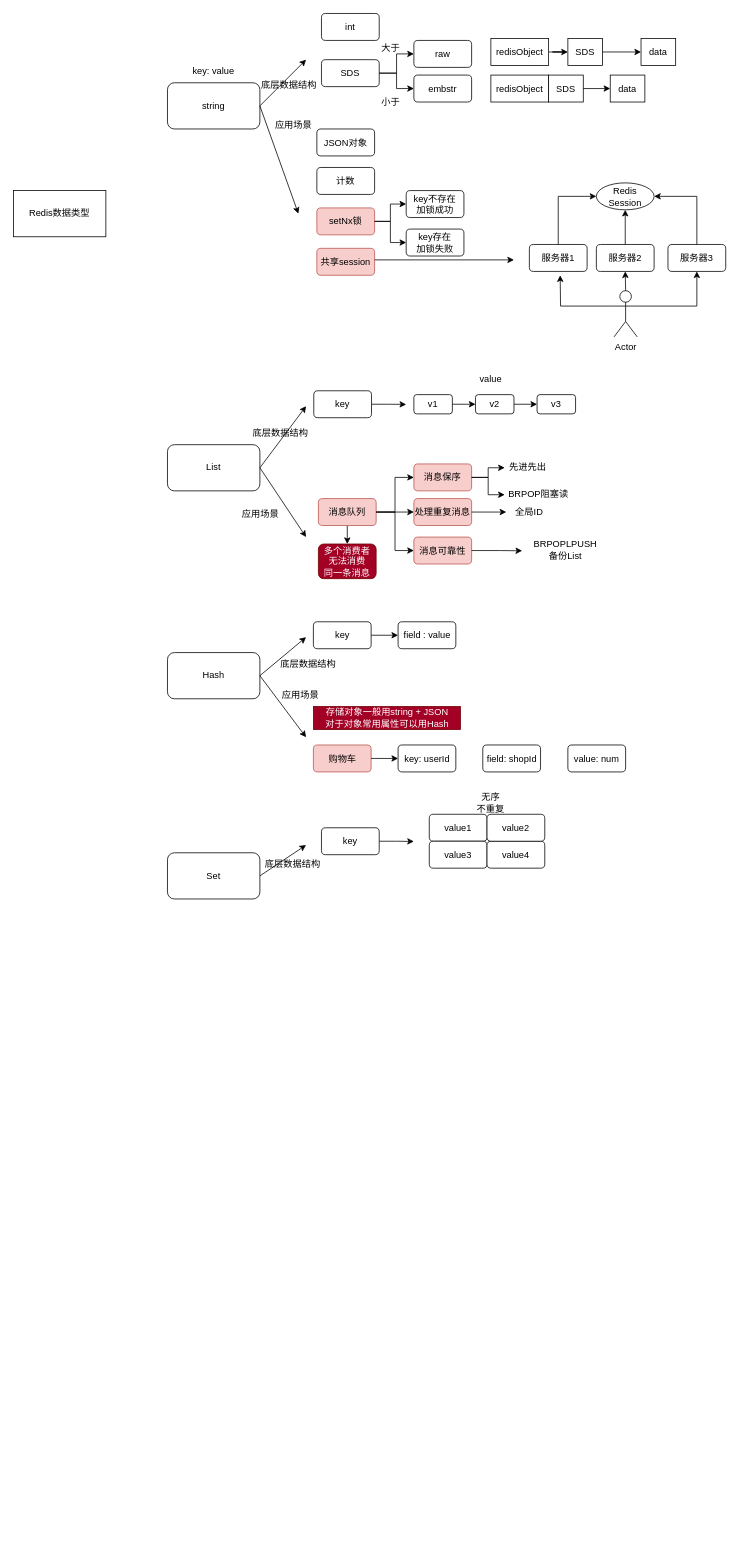
This is Redis数据类型.drawio from 1155200424/diagrams, a draw.io file, before an edit. Source tidied: cells renumbered, new cells numbered last; positions are measured from the earlier drawing's top-left corner, leaving out a move shared by most shapes. Both pictures are drawn from the tidied source at 77%, with x=0, y=0 at pixel (13, 13).
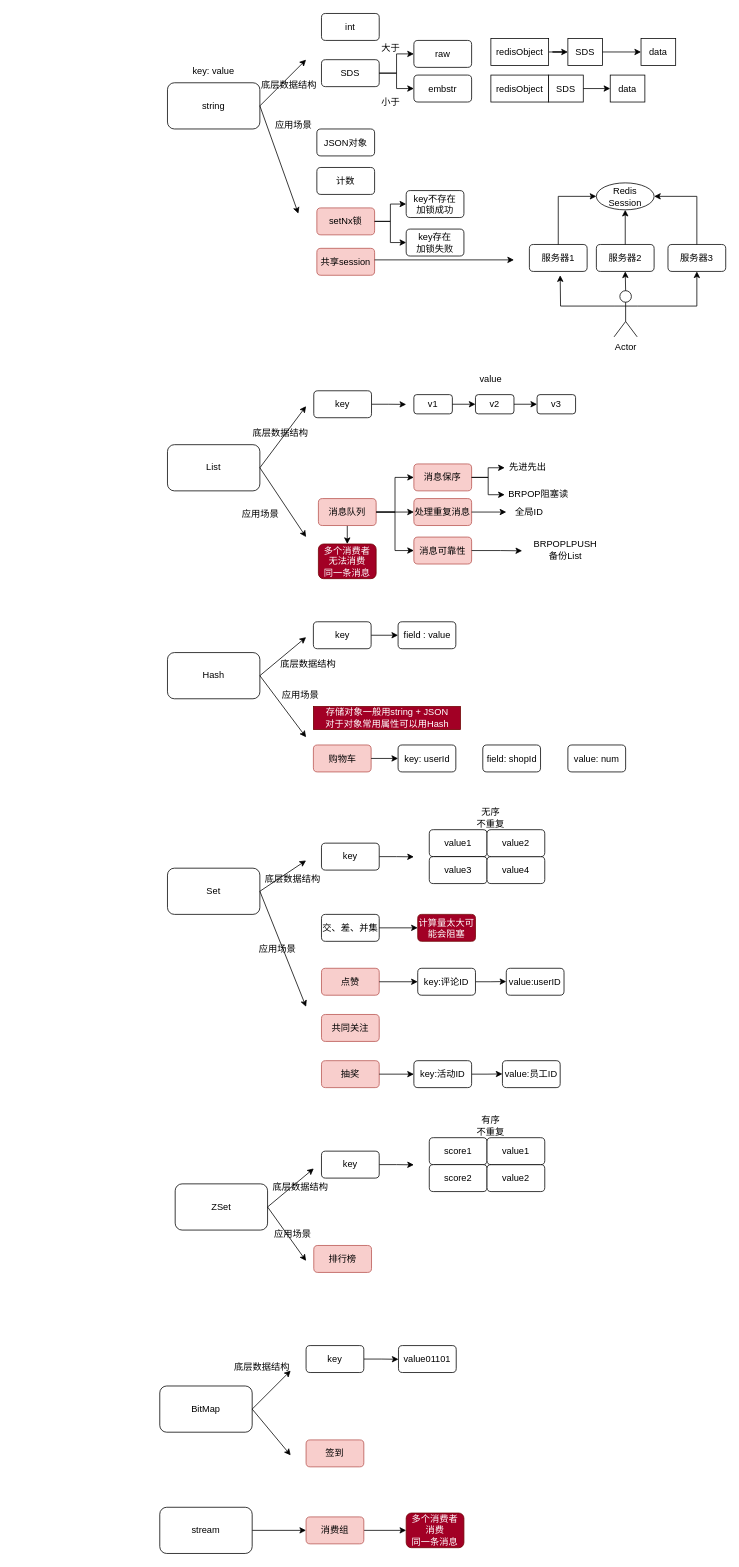
The same diagram, later.

Commit message (it also covers changes not shown here):
更新Redis数据类型.drawio

The edit, as a diff of the source:
```diff
@@
-    <mxCell id="2" value="Redis数据类型" style="rounded=0;whiteSpace=wrap;html=1;" parent="1" vertex="1">
-      <mxGeometry y="230" width="120" height="60" as="geometry" />
-    </mxCell>
@@
+    <mxCell id="115" style="group;" parent="1" vertex="1">
+      <mxGeometry x="200" y="1030" width="515" height="365" as="geometry" />
+    </mxCell>
-    <mxCell id="104" value="Set" style="rounded=1;whiteSpace=wrap;html=1;" parent="1" vertex="1">
-      <mxGeometry x="200" y="1090" width="120" height="60" as="geometry" />
+    <mxCell id="104" value="Set" style="rounded=1;whiteSpace=wrap;html=1;" parent="115" vertex="1">
+      <mxGeometry y="80" width="120" height="60" as="geometry" />
     </mxCell>
-    <mxCell id="105" style="endArrow=classic;html=1;rounded=0;" parent="1" edge="1">
+    <mxCell id="105" style="endArrow=classic;html=1;rounded=0;" parent="115" edge="1">
       <mxGeometry relative="1" as="geometry">
-        <mxPoint x="320" y="1120" as="sourcePoint" />
-        <mxPoint x="380" y="1080" as="targetPoint" />
+        <mxPoint x="120" y="110" as="sourcePoint" />
+        <mxPoint x="180" y="70" as="targetPoint" />
       </mxGeometry>
     </mxCell>
-    <mxCell id="106" style="group;" parent="1" vertex="1">
-      <mxGeometry x="400" y="1010" width="290" height="100" as="geometry" />
+    <mxCell id="106" style="group;" parent="115" vertex="1">
+      <mxGeometry x="200" width="290" height="100" as="geometry" />
     </mxCell>
@@
-    <mxCell id="114" value="底层数据结构" style="text;html=1;align=center;verticalAlign=middle;whiteSpace=wrap;rounded=0;" parent="1" vertex="1">
-      <mxGeometry x="320" y="1090" width="86" height="30" as="geometry" />
+    <mxCell id="114" value="底层数据结构" style="text;html=1;align=center;verticalAlign=middle;whiteSpace=wrap;rounded=0;" parent="115" vertex="1">
+      <mxGeometry x="120" y="80" width="86" height="30" as="geometry" />
     </mxCell>
+    <mxCell id="116" style="endArrow=classic;html=1;rounded=0;" parent="115" edge="1">
+      <mxGeometry relative="1" as="geometry">
+        <mxPoint x="120" y="110" as="sourcePoint" />
+        <mxPoint x="180" y="260" as="targetPoint" />
+      </mxGeometry>
+    </mxCell>
+    <mxCell id="117" value="应用场景" style="text;html=1;align=center;verticalAlign=middle;whiteSpace=wrap;rounded=0;" parent="115" vertex="1">
+      <mxGeometry x="100" y="170" width="86" height="30" as="geometry" />
+    </mxCell>
+    <mxCell id="118" value="交、差、并集" style="rounded=1;whiteSpace=wrap;html=1;" parent="115" vertex="1">
+      <mxGeometry x="200" y="140" width="75" height="35" as="geometry" />
+    </mxCell>
+    <mxCell id="119" value="计算量太大可能会阻塞" style="rounded=1;whiteSpace=wrap;html=1;fillColor=#a20025;fontColor=#ffffff;strokeColor=#6F0000;" parent="115" vertex="1">
+      <mxGeometry x="325" y="140" width="75" height="35" as="geometry" />
+    </mxCell>
+    <mxCell id="120" style="edgeStyle=orthogonalEdgeStyle;rounded=0;jettySize=auto;html=1;exitX=1;exitY=0.5;exitDx=0;exitDy=0;entryX=0;entryY=0.5;entryDx=0;entryDy=0;" parent="115" edge="1" source="118" target="119">
+      <mxGeometry relative="1" as="geometry" />
+    </mxCell>
+    <mxCell id="121" value="点赞" style="rounded=1;whiteSpace=wrap;html=1;fillColor=#f8cecc;strokeColor=#b85450;" parent="115" vertex="1">
+      <mxGeometry x="200" y="210" width="75" height="35" as="geometry" />
+    </mxCell>
+    <mxCell id="122" style="edgeStyle=orthogonalEdgeStyle;rounded=0;jettySize=auto;html=1;exitX=1;exitY=0.5;exitDx=0;exitDy=0;" parent="115" edge="1" source="123">
+      <mxGeometry relative="1" as="geometry">
+        <mxPoint x="440" y="227.2" as="targetPoint" />
+      </mxGeometry>
+    </mxCell>
+    <mxCell id="123" value="key:评论ID" style="rounded=1;whiteSpace=wrap;html=1;" parent="115" vertex="1">
+      <mxGeometry x="325" y="210" width="75" height="35" as="geometry" />
+    </mxCell>
+    <mxCell id="124" style="edgeStyle=orthogonalEdgeStyle;rounded=0;jettySize=auto;html=1;exitX=1;exitY=0.5;exitDx=0;exitDy=0;entryX=0;entryY=0.5;entryDx=0;entryDy=0;" parent="115" edge="1" source="121" target="123">
+      <mxGeometry relative="1" as="geometry" />
+    </mxCell>
+    <mxCell id="125" value="value:userID" style="rounded=1;whiteSpace=wrap;html=1;" parent="115" vertex="1">
+      <mxGeometry x="440" y="210" width="75" height="35" as="geometry" />
+    </mxCell>
+    <mxCell id="126" value="共同关注" style="rounded=1;whiteSpace=wrap;html=1;fillColor=#f8cecc;strokeColor=#b85450;" parent="115" vertex="1">
+      <mxGeometry x="200" y="270" width="75" height="35" as="geometry" />
+    </mxCell>
+    <mxCell id="127" value="抽奖" style="rounded=1;whiteSpace=wrap;html=1;fillColor=#f8cecc;strokeColor=#b85450;" parent="115" vertex="1">
+      <mxGeometry x="200" y="330" width="75" height="35" as="geometry" />
+    </mxCell>
+    <mxCell id="128" style="edgeStyle=orthogonalEdgeStyle;rounded=0;jettySize=auto;html=1;exitX=1;exitY=0.5;exitDx=0;exitDy=0;" parent="115" edge="1" source="129">
+      <mxGeometry relative="1" as="geometry">
+        <mxPoint x="435" y="347.2" as="targetPoint" />
+      </mxGeometry>
+    </mxCell>
+    <mxCell id="129" value="key:活动ID" style="rounded=1;whiteSpace=wrap;html=1;" parent="115" vertex="1">
+      <mxGeometry x="320" y="330" width="75" height="35" as="geometry" />
+    </mxCell>
+    <mxCell id="130" style="edgeStyle=orthogonalEdgeStyle;rounded=0;jettySize=auto;html=1;exitX=1;exitY=0.5;exitDx=0;exitDy=0;entryX=0;entryY=0.5;entryDx=0;entryDy=0;" parent="115" edge="1" source="127" target="129">
+      <mxGeometry relative="1" as="geometry" />
+    </mxCell>
+    <mxCell id="131" value="value:员工ID" style="rounded=1;whiteSpace=wrap;html=1;" parent="115" vertex="1">
+      <mxGeometry x="435" y="330" width="75" height="35" as="geometry" />
+    </mxCell>
+    <mxCell id="132" style="group;" parent="1" vertex="1">
+      <mxGeometry x="210" y="1430" width="480" height="205" as="geometry" />
+    </mxCell>
+    <mxCell id="133" value="ZSet" style="rounded=1;whiteSpace=wrap;html=1;" parent="132" vertex="1">
+      <mxGeometry y="90" width="120" height="60" as="geometry" />
+    </mxCell>
+    <mxCell id="134" style="group;" parent="132" vertex="1">
+      <mxGeometry x="190" width="290" height="100" as="geometry" />
+    </mxCell>
+    <mxCell id="135" style="edgeStyle=orthogonalEdgeStyle;rounded=0;jettySize=auto;html=1;exitX=1;exitY=0.5;exitDx=0;exitDy=0;" parent="134" edge="1" source="136">
+      <mxGeometry relative="1" as="geometry">
+        <mxPoint x="120" y="65.3" as="targetPoint" />
+      </mxGeometry>
+    </mxCell>
+    <mxCell id="136" value="key" style="rounded=1;whiteSpace=wrap;html=1;" parent="134" vertex="1">
+      <mxGeometry y="47.5" width="75" height="35" as="geometry" />
+    </mxCell>
+    <mxCell id="137" value="score1" style="rounded=1;whiteSpace=wrap;html=1;" parent="134" vertex="1">
+      <mxGeometry x="140" y="30" width="75" height="35" as="geometry" />
+    </mxCell>
+    <mxCell id="138" value="score2" style="rounded=1;whiteSpace=wrap;html=1;" parent="134" vertex="1">
+      <mxGeometry x="140" y="65" width="75" height="35" as="geometry" />
+    </mxCell>
+    <mxCell id="139" value="value2" style="rounded=1;whiteSpace=wrap;html=1;" parent="134" vertex="1">
+      <mxGeometry x="215" y="65" width="75" height="35" as="geometry" />
+    </mxCell>
+    <mxCell id="140" value="value1" style="rounded=1;whiteSpace=wrap;html=1;" parent="134" vertex="1">
+      <mxGeometry x="215" y="30" width="75" height="35" as="geometry" />
+    </mxCell>
+    <mxCell id="141" value="有序&lt;br&gt;不重复" style="text;html=1;align=center;verticalAlign=middle;whiteSpace=wrap;rounded=0;" parent="134" vertex="1">
+      <mxGeometry x="190" width="60" height="30" as="geometry" />
+    </mxCell>
+    <mxCell id="142" value="底层数据结构" style="text;html=1;align=center;verticalAlign=middle;whiteSpace=wrap;rounded=0;" parent="132" vertex="1">
+      <mxGeometry x="120" y="80" width="86" height="30" as="geometry" />
+    </mxCell>
+    <mxCell id="143" style="endArrow=classic;html=1;rounded=0;" parent="132" edge="1">
+      <mxGeometry relative="1" as="geometry">
+        <mxPoint x="120" y="120" as="sourcePoint" />
+        <mxPoint x="180" y="70" as="targetPoint" />
+      </mxGeometry>
+    </mxCell>
+    <mxCell id="144" style="endArrow=classic;html=1;rounded=0;" parent="132" edge="1">
+      <mxGeometry relative="1" as="geometry">
+        <mxPoint x="120" y="120" as="sourcePoint" />
+        <mxPoint x="170" y="190" as="targetPoint" />
+      </mxGeometry>
+    </mxCell>
+    <mxCell id="145" value="排行榜" style="rounded=1;whiteSpace=wrap;html=1;fillColor=#f8cecc;strokeColor=#b85450;" parent="132" vertex="1">
+      <mxGeometry x="180" y="170" width="75" height="35" as="geometry" />
+    </mxCell>
+    <mxCell id="146" value="应用场景" style="text;html=1;align=center;verticalAlign=middle;whiteSpace=wrap;rounded=0;" parent="132" vertex="1">
+      <mxGeometry x="110" y="140" width="86" height="30" as="geometry" />
+    </mxCell>
+    <mxCell id="147" style="group;" parent="1" vertex="1">
+      <mxGeometry x="190" y="1730" width="385" height="157.5" as="geometry" />
+    </mxCell>
+    <mxCell id="148" value="BitMap" style="rounded=1;whiteSpace=wrap;html=1;" parent="147" vertex="1">
+      <mxGeometry y="52.5" width="120" height="60" as="geometry" />
+    </mxCell>
+    <mxCell id="149" style="edgeStyle=orthogonalEdgeStyle;rounded=0;jettySize=auto;html=1;exitX=1;exitY=0.5;exitDx=0;exitDy=0;" parent="147" edge="1" source="150">
+      <mxGeometry relative="1" as="geometry">
+        <mxPoint x="310" y="17.8" as="targetPoint" />
+      </mxGeometry>
+    </mxCell>
+    <mxCell id="150" value="key" style="rounded=1;whiteSpace=wrap;html=1;" parent="147" vertex="1">
+      <mxGeometry x="190" width="75" height="35" as="geometry" />
+    </mxCell>
+    <mxCell id="151" value="value01101" style="rounded=1;whiteSpace=wrap;html=1;" parent="147" vertex="1">
+      <mxGeometry x="310" width="75" height="35" as="geometry" />
+    </mxCell>
+    <mxCell id="152" style="endArrow=classic;html=1;rounded=0;" parent="147" edge="1">
+      <mxGeometry relative="1" as="geometry">
+        <mxPoint x="120" y="82.5" as="sourcePoint" />
+        <mxPoint x="170" y="32.5" as="targetPoint" />
+      </mxGeometry>
+    </mxCell>
+    <mxCell id="153" value="底层数据结构" style="text;html=1;align=center;verticalAlign=middle;whiteSpace=wrap;rounded=0;" parent="147" vertex="1">
+      <mxGeometry x="90" y="12.5" width="86" height="30" as="geometry" />
+    </mxCell>
+    <mxCell id="154" value="签到" style="rounded=1;whiteSpace=wrap;html=1;fillColor=#f8cecc;strokeColor=#b85450;" parent="147" vertex="1">
+      <mxGeometry x="190" y="122.5" width="75" height="35" as="geometry" />
+    </mxCell>
+    <mxCell id="155" style="endArrow=classic;html=1;rounded=0;" parent="147" edge="1">
+      <mxGeometry relative="1" as="geometry">
+        <mxPoint x="120" y="82.5" as="sourcePoint" />
+        <mxPoint x="170" y="142.5" as="targetPoint" />
+      </mxGeometry>
+    </mxCell>
+    <mxCell id="156" style="edgeStyle=orthogonalEdgeStyle;rounded=0;jettySize=auto;html=1;exitX=1;exitY=0.5;exitDx=0;exitDy=0;entryX=0;entryY=0.5;entryDx=0;entryDy=0;" parent="1" edge="1" source="157" target="159">
+      <mxGeometry relative="1" as="geometry" />
+    </mxCell>
+    <mxCell id="157" value="stream" style="rounded=1;whiteSpace=wrap;html=1;" parent="1" vertex="1">
+      <mxGeometry x="190" y="1940" width="120" height="60" as="geometry" />
+    </mxCell>
+    <mxCell id="158" style="edgeStyle=orthogonalEdgeStyle;rounded=0;jettySize=auto;html=1;exitX=1;exitY=0.5;exitDx=0;exitDy=0;entryX=0;entryY=0.5;entryDx=0;entryDy=0;" parent="1" edge="1" source="159" target="160">
+      <mxGeometry relative="1" as="geometry" />
+    </mxCell>
+    <mxCell id="159" value="消费组" style="rounded=1;whiteSpace=wrap;html=1;fillColor=#f8cecc;strokeColor=#b85450;" parent="1" vertex="1">
+      <mxGeometry x="380" y="1952.5" width="75" height="35" as="geometry" />
+    </mxCell>
+    <mxCell id="160" value="多个消费者&lt;br&gt;消费&lt;br&gt;同一条消息" style="rounded=1;whiteSpace=wrap;html=1;fillColor=#a20025;strokeColor=#6F0000;fontColor=#ffffff;" parent="1" vertex="1">
+      <mxGeometry x="510" y="1947.5" width="75" height="45" as="geometry" />
+    </mxCell>
```
